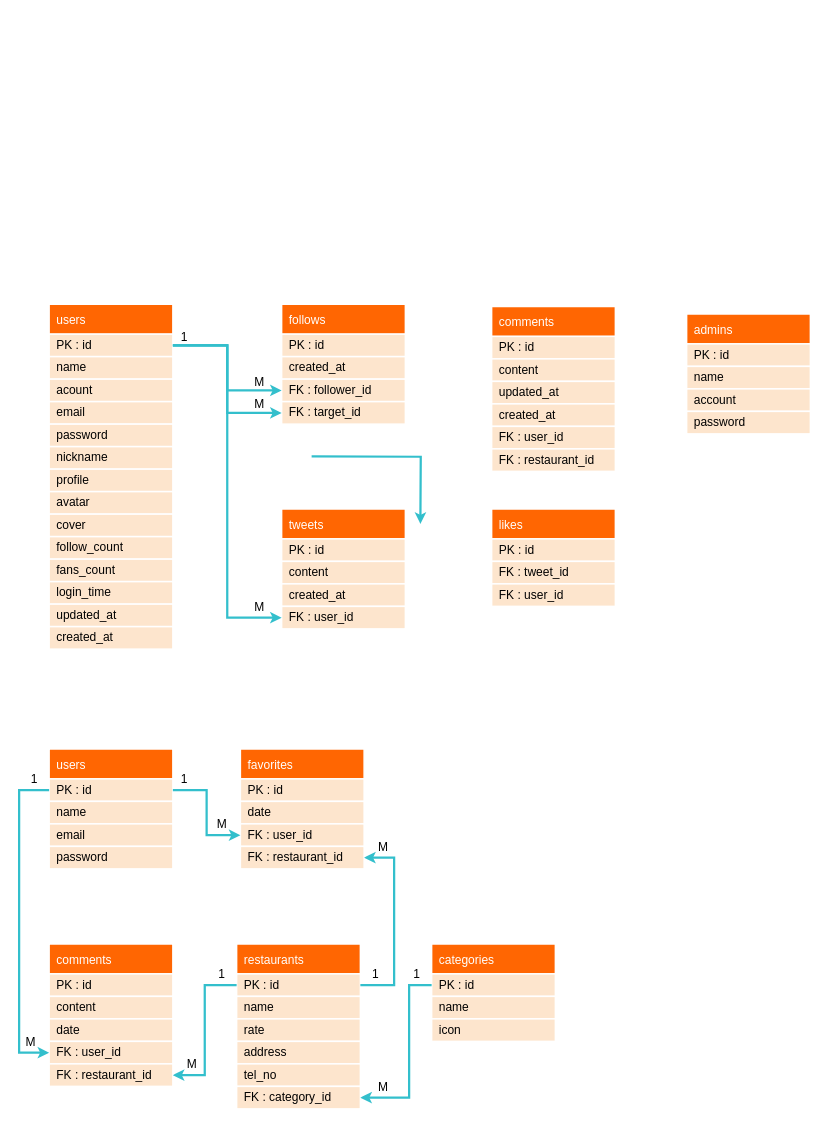
The draw.io diagram Simple Tweet ERD+Schema-ver.1.drawio in z88243310/bins, before the edit. Source tidied: cells renumbered, new cells numbered last; positions are measured from the earlier drawing's top-left corner, leaving out a move shared by most shapes. Both pictures are drawn from the tidied source at 75%, with x=0, y=0 at pixel (19, 304).
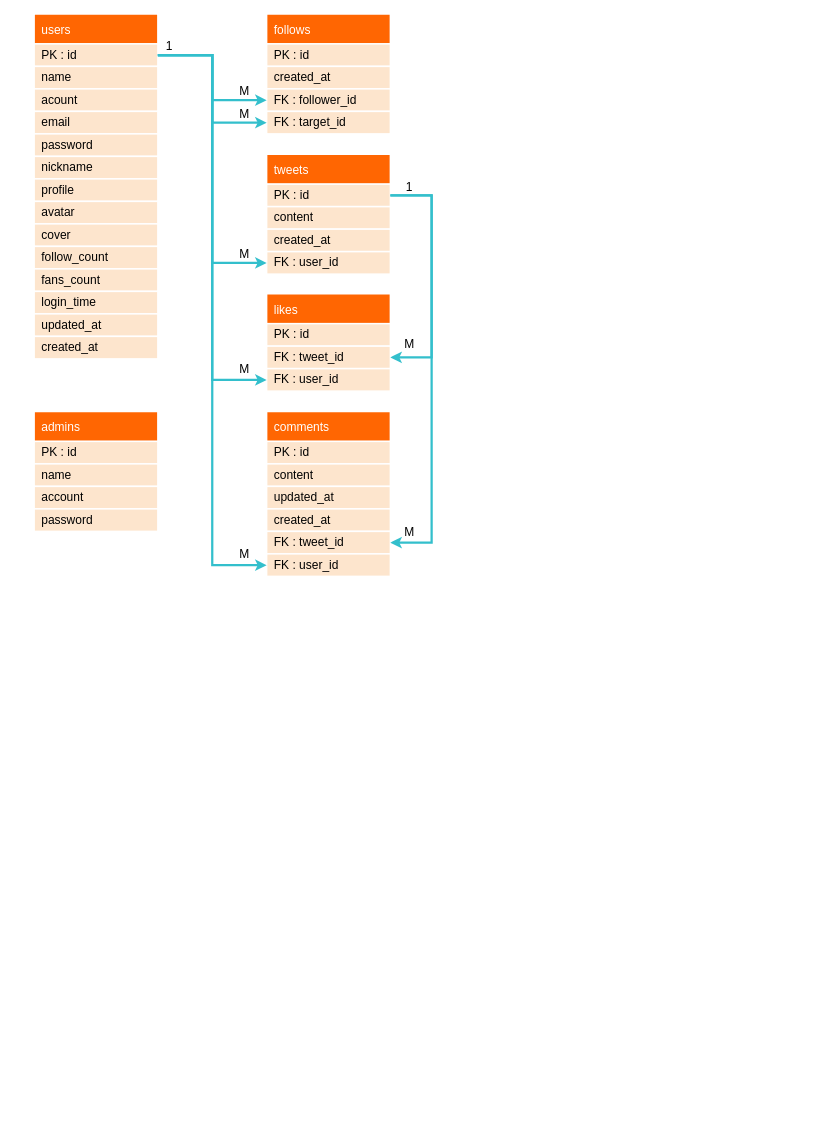
The same diagram, later.

The change refers to these unchanged cells:
```xml
<mxCell id="45" value="PK : id" style="text;strokeColor=#FFFFFF;fillColor=#FDE5CD;spacingLeft=10;spacingRight=0;overflow=hidden;points=[[0,0.5],[1,0.5]];portConstraint=eastwest;fontSize=16;strokeWidth=2;perimeterSpacing=0;sketch=0;shadow=0;rounded=0;glass=0;spacing=0;fontStyle=0;" parent="44" vertex="1">
  <mxGeometry y="40" width="165" height="30" as="geometry" />
</mxCell>
<mxCell id="73" value="FK : tweet_id" style="text;strokeColor=#FFFFFF;fillColor=#FDE5CD;spacingLeft=10;spacingRight=0;overflow=hidden;points=[[0,0.5],[1,0.5]];portConstraint=eastwest;fontSize=16;strokeWidth=2;sketch=0;shadow=0;rounded=0;glass=0;spacing=0;" parent="71" vertex="1">
  <mxGeometry y="70" width="165" height="30" as="geometry" />
</mxCell>
<mxCell id="74" value="FK : user_id" style="text;strokeColor=#FFFFFF;fillColor=#FDE5CD;spacingLeft=10;spacingRight=0;overflow=hidden;points=[[0,0.5],[1,0.5]];portConstraint=eastwest;fontSize=16;strokeWidth=2;sketch=0;shadow=0;rounded=0;glass=0;spacing=0;" parent="71" vertex="1">
  <mxGeometry y="100" width="165" height="30" as="geometry" />
</mxCell>
<mxCell id="76" value="PK : id" style="text;strokeColor=#FFFFFF;fillColor=#FDE5CD;spacingLeft=10;spacingRight=0;overflow=hidden;points=[[0,0.5],[1,0.5]];portConstraint=eastwest;fontSize=16;strokeWidth=2;perimeterSpacing=0;sketch=0;shadow=0;rounded=0;glass=0;spacing=0;fontStyle=0;" parent="75" vertex="1">
  <mxGeometry y="40" width="165" height="30" as="geometry" />
</mxCell>
```

The edit, as a diff of the source:
```diff
@@
-    <mxCell id="2" value="users" style="swimlane;fontStyle=0;horizontal=1;startSize=40;align=left;fontSize=16;fontColor=#FFFFFF;fillColor=#FF6602;spacing=0;strokeColor=#FFFFFF;strokeWidth=2;spacingLeft=10;" parent="1" vertex="1">
-      <mxGeometry x="40" y="593" width="165" height="160" as="geometry" />
-    </mxCell>
-    <mxCell id="3" value="PK : id" style="text;strokeColor=#FFFFFF;fillColor=#FDE5CD;spacingLeft=10;spacingRight=0;overflow=hidden;points=[[0,0.5],[1,0.5]];portConstraint=eastwest;fontSize=16;strokeWidth=2;perimeterSpacing=0;sketch=0;shadow=0;rounded=0;glass=0;spacing=0;fontStyle=0;" parent="2" vertex="1">
-      <mxGeometry y="40" width="165" height="30" as="geometry" />
-    </mxCell>
-    <mxCell id="4" value="name" style="text;strokeColor=#FFFFFF;fillColor=#FDE5CD;spacingLeft=10;spacingRight=0;overflow=hidden;fontSize=16;strokeWidth=2;sketch=0;shadow=0;rounded=0;glass=0;spacing=0;" parent="2" vertex="1">
-      <mxGeometry y="70" width="165" height="30" as="geometry" />
-    </mxCell>
-    <mxCell id="5" value="email" style="text;strokeColor=#FFFFFF;fillColor=#FDE5CD;spacingLeft=10;spacingRight=0;overflow=hidden;fontSize=16;strokeWidth=2;sketch=0;shadow=0;rounded=0;glass=0;spacing=0;" parent="2" vertex="1">
-      <mxGeometry y="100" width="165" height="30" as="geometry" />
-    </mxCell>
-    <mxCell id="6" value="password" style="text;strokeColor=#FFFFFF;fillColor=#FDE5CD;spacingLeft=10;spacingRight=0;overflow=hidden;fontSize=16;strokeWidth=2;sketch=0;shadow=0;rounded=0;glass=0;spacing=0;" parent="2" vertex="1">
-      <mxGeometry y="130" width="165" height="30" as="geometry" />
-    </mxCell>
-    <mxCell id="7" value="favorites" style="swimlane;fontStyle=0;horizontal=1;startSize=40;align=left;fontSize=16;fontColor=#FFFFFF;fillColor=#FF6602;spacing=0;strokeColor=#FFFFFF;strokeWidth=2;spacingLeft=10;" parent="1" vertex="1">
-      <mxGeometry x="295" y="593" width="165" height="160" as="geometry" />
-    </mxCell>
-    <mxCell id="8" value="PK : id" style="text;strokeColor=#FFFFFF;fillColor=#FDE5CD;spacingLeft=10;spacingRight=0;overflow=hidden;fontSize=16;strokeWidth=2;perimeterSpacing=0;sketch=0;shadow=0;rounded=0;glass=0;spacing=0;fontStyle=0;" parent="7" vertex="1">
-      <mxGeometry y="40" width="165" height="30" as="geometry" />
-    </mxCell>
-    <mxCell id="9" value="date" style="text;strokeColor=#FFFFFF;fillColor=#FDE5CD;spacingLeft=10;spacingRight=0;overflow=hidden;fontSize=16;strokeWidth=2;sketch=0;shadow=0;rounded=0;glass=0;spacing=0;" parent="7" vertex="1">
-      <mxGeometry y="70" width="165" height="30" as="geometry" />
-    </mxCell>
-    <mxCell id="10" value="FK : user_id" style="text;strokeColor=#FFFFFF;fillColor=#FDE5CD;spacingLeft=10;spacingRight=0;overflow=hidden;points=[[0,0.5],[1,0.5]];portConstraint=eastwest;fontSize=16;strokeWidth=2;sketch=0;shadow=0;rounded=0;glass=0;spacing=0;" parent="7" vertex="1">
-      <mxGeometry y="100" width="165" height="30" as="geometry" />
-    </mxCell>
-    <mxCell id="11" value="FK : restaurant_id" style="text;strokeColor=#FFFFFF;fillColor=#FDE5CD;spacingLeft=10;spacingRight=0;overflow=hidden;points=[[0,0.5],[1,0.5]];portConstraint=eastwest;fontSize=16;strokeWidth=2;sketch=0;shadow=0;rounded=0;glass=0;spacing=0;" parent="7" vertex="1">
-      <mxGeometry y="130" width="165" height="30" as="geometry" />
-    </mxCell>
-    <mxCell id="12" style="edgeStyle=orthogonalEdgeStyle;rounded=0;jettySize=auto;html=1;fontSize=16;fontColor=#FFFFFF;strokeWidth=3;strokeColor=#33BFCC;entryX=0;entryY=0.5;entryDx=0;entryDy=0;" parent="1" edge="1" source="3" target="10">
-      <mxGeometry relative="1" as="geometry">
-        <Array as="points">
-          <mxPoint x="250" y="648" />
-          <mxPoint x="250" y="708" />
-        </Array>
-      </mxGeometry>
-    </mxCell>
-    <mxCell id="13" value="&lt;div&gt;1&lt;/div&gt;" style="text;html=1;align=center;verticalAlign=middle;strokeColor=none;fillColor=none;fontSize=16;fontColor=#000000;" parent="1" vertex="1">
-      <mxGeometry x="210" y="623" width="20" height="20" as="geometry" />
-    </mxCell>
-    <mxCell id="14" value="M" style="text;html=1;align=center;verticalAlign=middle;strokeColor=none;fillColor=none;fontSize=16;fontColor=#000000;" parent="1" vertex="1">
-      <mxGeometry x="255" y="683" width="30" height="20" as="geometry" />
-    </mxCell>
-    <mxCell id="15" value="M" style="text;html=1;align=center;verticalAlign=middle;strokeColor=none;fillColor=none;fontSize=16;fontColor=#000000;" parent="1" vertex="1">
-      <mxGeometry x="470" y="713" width="30" height="20" as="geometry" />
-    </mxCell>
-    <mxCell id="16" value="restaurants" style="swimlane;fontStyle=0;horizontal=1;startSize=40;align=left;fontSize=16;fontColor=#FFFFFF;fillColor=#FF6602;spacing=0;strokeColor=#FFFFFF;strokeWidth=2;spacingLeft=10;" parent="1" vertex="1">
-      <mxGeometry x="290" y="853" width="165" height="220" as="geometry" />
-    </mxCell>
-    <mxCell id="17" value="PK : id" style="text;strokeColor=#FFFFFF;fillColor=#FDE5CD;spacingLeft=10;spacingRight=0;overflow=hidden;points=[[0,0.5],[1,0.5]];portConstraint=eastwest;fontSize=16;strokeWidth=2;perimeterSpacing=0;sketch=0;shadow=0;rounded=0;glass=0;spacing=0;fontStyle=0;" parent="16" vertex="1">
-      <mxGeometry y="40" width="165" height="30" as="geometry" />
-    </mxCell>
-    <mxCell id="18" value="name    " style="text;strokeColor=#FFFFFF;fillColor=#FDE5CD;spacingLeft=10;spacingRight=0;overflow=hidden;fontSize=16;strokeWidth=2;sketch=0;shadow=0;rounded=0;glass=0;spacing=0;" parent="16" vertex="1">
-      <mxGeometry y="70" width="165" height="30" as="geometry" />
-    </mxCell>
-    <mxCell id="19" value="rate" style="text;strokeColor=#FFFFFF;fillColor=#FDE5CD;spacingLeft=10;spacingRight=0;overflow=hidden;fontSize=16;strokeWidth=2;sketch=0;shadow=0;rounded=0;glass=0;spacing=0;" parent="16" vertex="1">
-      <mxGeometry y="100" width="165" height="30" as="geometry" />
-    </mxCell>
-    <mxCell id="20" value="address" style="text;strokeColor=#FFFFFF;fillColor=#FDE5CD;spacingLeft=10;spacingRight=0;overflow=hidden;fontSize=16;strokeWidth=2;sketch=0;shadow=0;rounded=0;glass=0;spacing=0;" parent="16" vertex="1">
-      <mxGeometry y="130" width="165" height="30" as="geometry" />
-    </mxCell>
-    <mxCell id="21" value="tel_no" style="text;strokeColor=#FFFFFF;fillColor=#FDE5CD;spacingLeft=10;spacingRight=0;overflow=hidden;fontSize=16;strokeWidth=2;sketch=0;shadow=0;rounded=0;glass=0;spacing=0;" parent="16" vertex="1">
-      <mxGeometry y="160" width="165" height="30" as="geometry" />
-    </mxCell>
-    <mxCell id="22" value="FK : category_id" style="text;strokeColor=#FFFFFF;fillColor=#FDE5CD;spacingLeft=10;spacingRight=0;overflow=hidden;points=[[0,0.5],[1,0.5]];portConstraint=eastwest;fontSize=16;strokeWidth=2;sketch=0;shadow=0;rounded=0;glass=0;spacing=0;" parent="16" vertex="1">
-      <mxGeometry y="190" width="165" height="30" as="geometry" />
-    </mxCell>
-    <mxCell id="23" value="1" style="text;html=1;align=center;verticalAlign=middle;strokeColor=none;fillColor=none;fontSize=16;fontColor=#000000;" parent="1" vertex="1">
-      <mxGeometry x="465" y="883" width="20" height="20" as="geometry" />
-    </mxCell>
-    <mxCell id="24" style="edgeStyle=orthogonalEdgeStyle;rounded=0;jettySize=auto;html=1;fontSize=16;fontColor=#FFFFFF;strokeWidth=3;strokeColor=#33BFCC;exitX=1;exitY=0.5;exitDx=0;exitDy=0;entryX=1;entryY=0.5;entryDx=0;entryDy=0;" parent="1" edge="1" source="17" target="11">
-      <mxGeometry relative="1" as="geometry">
-        <Array as="points">
-          <mxPoint x="500" y="908" />
-          <mxPoint x="500" y="738" />
-        </Array>
-      </mxGeometry>
-    </mxCell>
-    <mxCell id="25" value="comments" style="swimlane;fontStyle=0;horizontal=1;startSize=40;align=left;fontSize=16;fontColor=#FFFFFF;fillColor=#FF6602;spacing=0;strokeColor=#FFFFFF;strokeWidth=2;spacingLeft=10;" parent="1" vertex="1">
-      <mxGeometry x="40" y="853" width="165" height="190" as="geometry" />
-    </mxCell>
-    <mxCell id="26" value="PK : id" style="text;strokeColor=#FFFFFF;fillColor=#FDE5CD;spacingLeft=10;spacingRight=0;overflow=hidden;fontSize=16;strokeWidth=2;perimeterSpacing=0;sketch=0;shadow=0;rounded=0;glass=0;spacing=0;fontStyle=0;" parent="25" vertex="1">
-      <mxGeometry y="40" width="165" height="30" as="geometry" />
-    </mxCell>
-    <mxCell id="27" value="content" style="text;strokeColor=#FFFFFF;fillColor=#FDE5CD;spacingLeft=10;spacingRight=0;overflow=hidden;fontSize=16;strokeWidth=2;sketch=0;shadow=0;rounded=0;glass=0;spacing=0;" parent="25" vertex="1">
-      <mxGeometry y="70" width="165" height="30" as="geometry" />
-    </mxCell>
-    <mxCell id="28" value="date" style="text;strokeColor=#FFFFFF;fillColor=#FDE5CD;spacingLeft=10;spacingRight=0;overflow=hidden;fontSize=16;strokeWidth=2;sketch=0;shadow=0;rounded=0;glass=0;spacing=0;" parent="25" vertex="1">
-      <mxGeometry y="100" width="165" height="30" as="geometry" />
-    </mxCell>
-    <mxCell id="29" value="FK : user_id" style="text;strokeColor=#FFFFFF;fillColor=#FDE5CD;spacingLeft=10;spacingRight=0;overflow=hidden;points=[[0,0.5],[1,0.5]];portConstraint=eastwest;fontSize=16;strokeWidth=2;sketch=0;shadow=0;rounded=0;glass=0;spacing=0;" parent="25" vertex="1">
-      <mxGeometry y="130" width="165" height="30" as="geometry" />
-    </mxCell>
-    <mxCell id="30" value="FK : restaurant_id" style="text;strokeColor=#FFFFFF;fillColor=#FDE5CD;spacingLeft=10;spacingRight=0;overflow=hidden;points=[[0,0.5],[1,0.5]];portConstraint=eastwest;fontSize=16;strokeWidth=2;sketch=0;shadow=0;rounded=0;glass=0;spacing=0;" parent="25" vertex="1">
-      <mxGeometry y="160" width="165" height="30" as="geometry" />
-    </mxCell>
-    <mxCell id="31" value="categories" style="swimlane;fontStyle=0;horizontal=1;startSize=40;align=left;fontSize=16;fontColor=#FFFFFF;fillColor=#FF6602;spacing=0;strokeColor=#FFFFFF;strokeWidth=2;spacingLeft=10;" parent="1" vertex="1">
-      <mxGeometry x="550" y="853" width="165" height="130" as="geometry" />
-    </mxCell>
-    <mxCell id="32" value="PK : id" style="text;strokeColor=#FFFFFF;fillColor=#FDE5CD;spacingLeft=10;spacingRight=0;overflow=hidden;points=[[0,0.5],[1,0.5]];portConstraint=eastwest;fontSize=16;strokeWidth=2;perimeterSpacing=0;sketch=0;shadow=0;rounded=0;glass=0;spacing=0;fontStyle=0;" parent="31" vertex="1">
-      <mxGeometry y="40" width="165" height="30" as="geometry" />
-    </mxCell>
-    <mxCell id="33" value="name    " style="text;strokeColor=#FFFFFF;fillColor=#FDE5CD;spacingLeft=10;spacingRight=0;overflow=hidden;fontSize=16;strokeWidth=2;sketch=0;shadow=0;rounded=0;glass=0;spacing=0;" parent="31" vertex="1">
-      <mxGeometry y="70" width="165" height="30" as="geometry" />
-    </mxCell>
-    <mxCell id="34" value="icon" style="text;strokeColor=#FFFFFF;fillColor=#FDE5CD;spacingLeft=10;spacingRight=0;overflow=hidden;fontSize=16;strokeWidth=2;sketch=0;shadow=0;rounded=0;glass=0;spacing=0;" parent="31" vertex="1">
-      <mxGeometry y="100" width="165" height="30" as="geometry" />
-    </mxCell>
-    <mxCell id="35" style="edgeStyle=orthogonalEdgeStyle;rounded=0;jettySize=auto;html=1;fontSize=16;fontColor=#FFFFFF;strokeWidth=3;strokeColor=#33BFCC;entryX=1;entryY=0.5;entryDx=0;entryDy=0;exitX=0;exitY=0.5;exitDx=0;exitDy=0;" parent="1" edge="1" source="32" target="22">
-      <mxGeometry relative="1" as="geometry">
-        <Array as="points">
-          <mxPoint x="520" y="908" />
-          <mxPoint x="520" y="1058" />
-        </Array>
-      </mxGeometry>
-    </mxCell>
-    <mxCell id="36" style="edgeStyle=orthogonalEdgeStyle;rounded=0;jettySize=auto;html=1;fontSize=16;fontColor=#FFFFFF;strokeWidth=3;strokeColor=#33BFCC;entryX=0;entryY=0.5;entryDx=0;entryDy=0;exitX=0;exitY=0.5;exitDx=0;exitDy=0;" parent="1" edge="1" source="3" target="29">
-      <mxGeometry relative="1" as="geometry">
-        <Array as="points">
-          <mxPoint y="648" />
-          <mxPoint y="998" />
-        </Array>
-      </mxGeometry>
-    </mxCell>
-    <mxCell id="37" style="edgeStyle=orthogonalEdgeStyle;rounded=0;jettySize=auto;html=1;fontSize=16;fontColor=#FFFFFF;strokeWidth=3;strokeColor=#33BFCC;entryX=1;entryY=0.5;entryDx=0;entryDy=0;exitX=0;exitY=0.5;exitDx=0;exitDy=0;" parent="1" edge="1" source="17" target="30">
-      <mxGeometry relative="1" as="geometry" />
-    </mxCell>
-    <mxCell id="38" value="M" style="text;html=1;align=center;verticalAlign=middle;strokeColor=none;fillColor=none;fontSize=16;fontColor=#000000;" parent="1" vertex="1">
-      <mxGeometry y="973" width="30" height="20" as="geometry" />
-    </mxCell>
-    <mxCell id="39" value="&lt;div&gt;1&lt;/div&gt;" style="text;html=1;align=center;verticalAlign=middle;strokeColor=none;fillColor=none;fontSize=16;fontColor=#000000;" parent="1" vertex="1">
-      <mxGeometry x="10" y="623" width="20" height="20" as="geometry" />
-    </mxCell>
-    <mxCell id="40" value="1" style="text;html=1;align=center;verticalAlign=middle;strokeColor=none;fillColor=none;fontSize=16;fontColor=#000000;" parent="1" vertex="1">
-      <mxGeometry x="260" y="883" width="20" height="20" as="geometry" />
-    </mxCell>
-    <mxCell id="41" value="1" style="text;html=1;align=center;verticalAlign=middle;strokeColor=none;fillColor=none;fontSize=16;fontColor=#000000;" parent="1" vertex="1">
-      <mxGeometry x="520" y="883" width="20" height="20" as="geometry" />
-    </mxCell>
-    <mxCell id="42" value="M" style="text;html=1;align=center;verticalAlign=middle;strokeColor=none;fillColor=none;fontSize=16;fontColor=#000000;" parent="1" vertex="1">
-      <mxGeometry x="470" y="1033" width="30" height="20" as="geometry" />
-    </mxCell>
-    <mxCell id="43" value="M" style="text;html=1;align=center;verticalAlign=middle;strokeColor=none;fillColor=none;fontSize=16;fontColor=#000000;" parent="1" vertex="1">
-      <mxGeometry x="215" y="1003" width="30" height="20" as="geometry" />
-    </mxCell>
     <mxCell id="44" value="users" style="swimlane;fontStyle=0;horizontal=1;startSize=40;align=left;fontSize=16;fontColor=#FFFFFF;fillColor=#FF6602;spacing=0;strokeColor=#FFFFFF;strokeWidth=2;spacingLeft=10;" parent="1" vertex="1">
-      <mxGeometry x="40" width="165" height="460" as="geometry" />
+      <mxGeometry x="20" y="-387" width="165" height="460" as="geometry" />
     </mxCell>
@@
     <mxCell id="59" value="follows" style="swimlane;fontStyle=0;horizontal=1;startSize=40;align=left;fontSize=16;fontColor=#FFFFFF;fillColor=#FF6602;spacing=0;strokeColor=#FFFFFF;strokeWidth=2;spacingLeft=10;" parent="1" vertex="1">
-      <mxGeometry x="350" width="165" height="160" as="geometry" />
+      <mxGeometry x="330" y="-387" width="165" height="160" as="geometry" />
     </mxCell>
@@
     <mxCell id="64" value="comments" style="swimlane;fontStyle=0;horizontal=1;startSize=40;align=left;fontSize=16;fontColor=#FFFFFF;fillColor=#FF6602;spacing=0;strokeColor=#FFFFFF;strokeWidth=2;spacingLeft=10;" parent="1" vertex="1">
-      <mxGeometry x="630" y="3" width="165" height="220" as="geometry" />
+      <mxGeometry x="330" y="143" width="165" height="220" as="geometry" />
     </mxCell>
@@
+    <mxCell id="70" value="FK : tweet_id" style="text;strokeColor=#FFFFFF;fillColor=#FDE5CD;spacingLeft=10;spacingRight=0;overflow=hidden;points=[[0,0.5],[1,0.5]];portConstraint=eastwest;fontSize=16;strokeWidth=2;sketch=0;shadow=0;rounded=0;glass=0;spacing=0;" parent="64" vertex="1">
+      <mxGeometry y="160" width="165" height="30" as="geometry" />
+    </mxCell>
     <mxCell id="69" value="FK : user_id" style="text;strokeColor=#FFFFFF;fillColor=#FDE5CD;spacingLeft=10;spacingRight=0;overflow=hidden;points=[[0,0.5],[1,0.5]];portConstraint=eastwest;fontSize=16;strokeWidth=2;sketch=0;shadow=0;rounded=0;glass=0;spacing=0;" parent="64" vertex="1">
-      <mxGeometry y="160" width="165" height="30" as="geometry" />
+      <mxGeometry y="190" width="165" height="30" as="geometry" />
     </mxCell>
-    <mxCell id="70" value="FK : restaurant_id" style="text;strokeColor=#FFFFFF;fillColor=#FDE5CD;spacingLeft=10;spacingRight=0;overflow=hidden;points=[[0,0.5],[1,0.5]];portConstraint=eastwest;fontSize=16;strokeWidth=2;sketch=0;shadow=0;rounded=0;glass=0;spacing=0;" parent="64" vertex="1">
-      <mxGeometry y="190" width="165" height="30" as="geometry" />
-    </mxCell>
     <mxCell id="71" value="likes" style="swimlane;fontStyle=0;horizontal=1;startSize=40;align=left;fontSize=16;fontColor=#FFFFFF;fillColor=#FF6602;spacing=0;strokeColor=#FFFFFF;strokeWidth=2;spacingLeft=10;" parent="1" vertex="1">
-      <mxGeometry x="630" y="273" width="165" height="130" as="geometry" />
+      <mxGeometry x="330" y="-14" width="165" height="130" as="geometry" />
     </mxCell>
@@
     <mxCell id="75" value="tweets" style="swimlane;fontStyle=0;horizontal=1;startSize=40;align=left;fontSize=16;fontColor=#FFFFFF;fillColor=#FF6602;spacing=0;strokeColor=#FFFFFF;strokeWidth=2;spacingLeft=10;" parent="1" vertex="1">
-      <mxGeometry x="350" y="273" width="165" height="160" as="geometry" />
+      <mxGeometry x="330" y="-200" width="165" height="160" as="geometry" />
     </mxCell>
@@
     <mxCell id="80" value="admins" style="swimlane;fontStyle=0;horizontal=1;startSize=40;align=left;fontSize=16;fontColor=#FFFFFF;fillColor=#FF6602;spacing=0;strokeColor=#FFFFFF;strokeWidth=2;spacingLeft=10;" parent="1" vertex="1">
-      <mxGeometry x="890" y="13" width="165" height="160" as="geometry" />
+      <mxGeometry x="20" y="143" width="165" height="160" as="geometry" />
     </mxCell>
@@
     <mxCell id="87" value="&lt;div&gt;1&lt;/div&gt;" style="text;html=1;align=center;verticalAlign=middle;strokeColor=none;fillColor=none;fontSize=16;fontColor=#000000;" parent="1" vertex="1">
-      <mxGeometry x="210" y="33" width="20" height="20" as="geometry" />
+      <mxGeometry x="190" y="-354" width="20" height="20" as="geometry" />
     </mxCell>
     <mxCell id="88" value="M" style="text;html=1;align=center;verticalAlign=middle;strokeColor=none;fillColor=none;fontSize=16;fontColor=#000000;" parent="1" vertex="1">
-      <mxGeometry x="305" y="93" width="30" height="20" as="geometry" />
+      <mxGeometry x="285" y="-294" width="30" height="20" as="geometry" />
     </mxCell>
     <mxCell id="89" value="M" style="text;html=1;align=center;verticalAlign=middle;strokeColor=none;fillColor=none;fontSize=16;fontColor=#000000;" parent="1" vertex="1">
-      <mxGeometry x="305" y="123" width="30" height="20" as="geometry" />
+      <mxGeometry x="285" y="-264" width="30" height="20" as="geometry" />
     </mxCell>
-    <mxCell id="90" style="edgeStyle=orthogonalEdgeStyle;rounded=0;orthogonalLoop=1;jettySize=auto;html=1;fontSize=16;fontColor=#FFFFFF;strokeWidth=3;strokeColor=#33BFCC;entryX=0;entryY=0.5;entryDx=0;entryDy=0;exitX=1;exitY=0.5;exitDx=0;exitDy=0;" parent="1" edge="1">
+    <mxCell id="90" style="edgeStyle=orthogonalEdgeStyle;rounded=0;jettySize=auto;html=1;fontSize=16;fontColor=#FFFFFF;strokeWidth=3;strokeColor=#33BFCC;entryX=1;entryY=0.5;entryDx=0;entryDy=0;exitX=1;exitY=0.5;exitDx=0;exitDy=0;" parent="1" edge="1" source="76" target="73">
       <mxGeometry relative="1" as="geometry">
-        <mxPoint x="390" y="203" as="sourcePoint" />
-        <mxPoint x="535" y="293" as="targetPoint" />
+        <Array as="points">
+          <mxPoint x="550" y="-145" />
+          <mxPoint x="550" y="71" />
+        </Array>
       </mxGeometry>
     </mxCell>
@@
     <mxCell id="92" value="M" style="text;html=1;align=center;verticalAlign=middle;strokeColor=none;fillColor=none;fontSize=16;fontColor=#000000;" parent="1" vertex="1">
-      <mxGeometry x="305" y="393" width="30" height="20" as="geometry" />
+      <mxGeometry x="285" y="-77" width="30" height="20" as="geometry" />
     </mxCell>
+    <mxCell id="93" style="edgeStyle=orthogonalEdgeStyle;rounded=0;jettySize=auto;html=1;fontSize=16;fontColor=#FFFFFF;strokeWidth=3;strokeColor=#33BFCC;entryX=0;entryY=0.5;entryDx=0;entryDy=0;exitX=1;exitY=0.5;exitDx=0;exitDy=0;" parent="1" edge="1" source="45" target="74">
+      <mxGeometry relative="1" as="geometry" />
+    </mxCell>
+    <mxCell id="94" value="M" style="text;html=1;align=center;verticalAlign=middle;strokeColor=none;fillColor=none;fontSize=16;fontColor=#000000;" parent="1" vertex="1">
+      <mxGeometry x="285" y="76" width="30" height="20" as="geometry" />
+    </mxCell>
+    <mxCell id="95" style="edgeStyle=orthogonalEdgeStyle;rounded=0;jettySize=auto;html=1;fontSize=16;fontColor=#FFFFFF;strokeWidth=3;strokeColor=#33BFCC;exitX=1;exitY=0.5;exitDx=0;exitDy=0;entryX=0;entryY=0.5;entryDx=0;entryDy=0;" parent="1" edge="1" source="45" target="69">
+      <mxGeometry relative="1" as="geometry" />
+    </mxCell>
+    <mxCell id="96" value="M" style="text;html=1;align=center;verticalAlign=middle;strokeColor=none;fillColor=none;fontSize=16;fontColor=#000000;" parent="1" vertex="1">
+      <mxGeometry x="285" y="323" width="30" height="20" as="geometry" />
+    </mxCell>
+    <mxCell id="97" style="edgeStyle=orthogonalEdgeStyle;rounded=0;jettySize=auto;html=1;fontSize=16;fontColor=#FFFFFF;strokeWidth=3;strokeColor=#33BFCC;entryX=1;entryY=0.5;entryDx=0;entryDy=0;exitX=1;exitY=0.5;exitDx=0;exitDy=0;" parent="1" edge="1" source="76" target="70">
+      <mxGeometry relative="1" as="geometry">
+        <Array as="points">
+          <mxPoint x="550" y="-145" />
+          <mxPoint x="550" y="318" />
+        </Array>
+      </mxGeometry>
+    </mxCell>
+    <mxCell id="98" value="M" style="text;html=1;align=center;verticalAlign=middle;strokeColor=none;fillColor=none;fontSize=16;fontColor=#000000;" parent="1" vertex="1">
+      <mxGeometry x="505" y="293" width="30" height="20" as="geometry" />
+    </mxCell>
+    <mxCell id="99" value="&lt;div&gt;1&lt;/div&gt;" style="text;html=1;align=center;verticalAlign=middle;strokeColor=none;fillColor=none;fontSize=16;fontColor=#000000;" parent="1" vertex="1">
+      <mxGeometry x="510" y="-167" width="20" height="20" as="geometry" />
+    </mxCell>
+    <mxCell id="100" value="M" style="text;html=1;align=center;verticalAlign=middle;strokeColor=none;fillColor=none;fontSize=16;fontColor=#000000;" parent="1" vertex="1">
+      <mxGeometry x="505" y="43" width="30" height="20" as="geometry" />
+    </mxCell>
```
